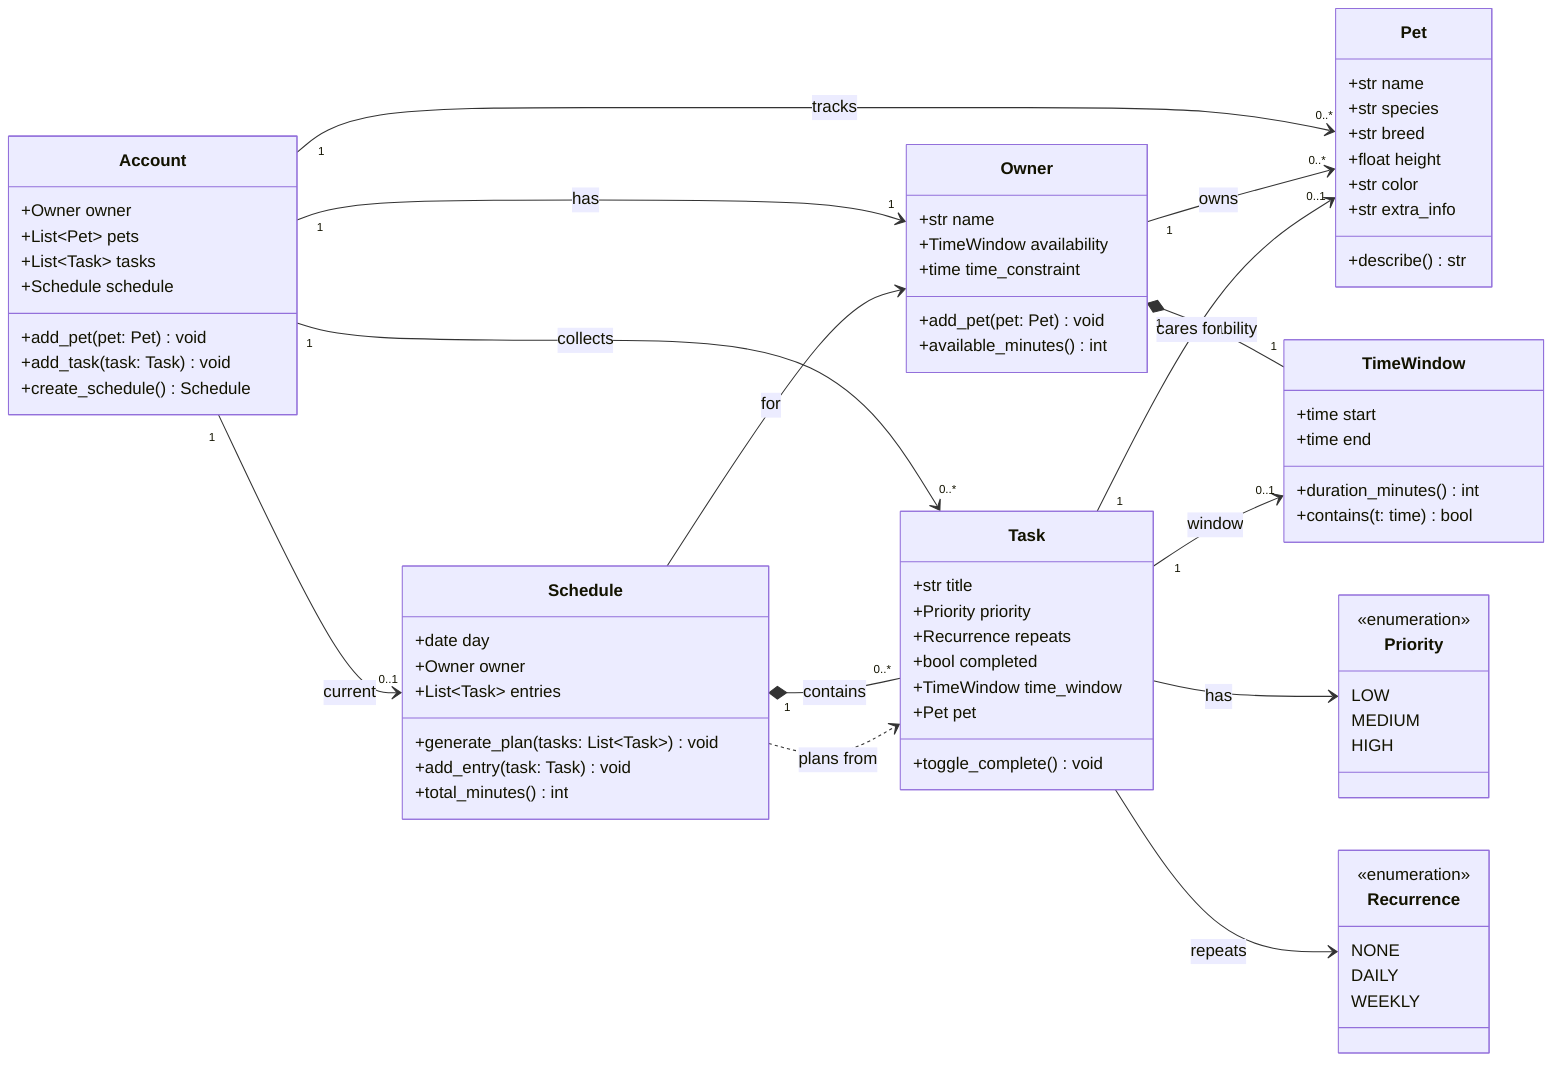
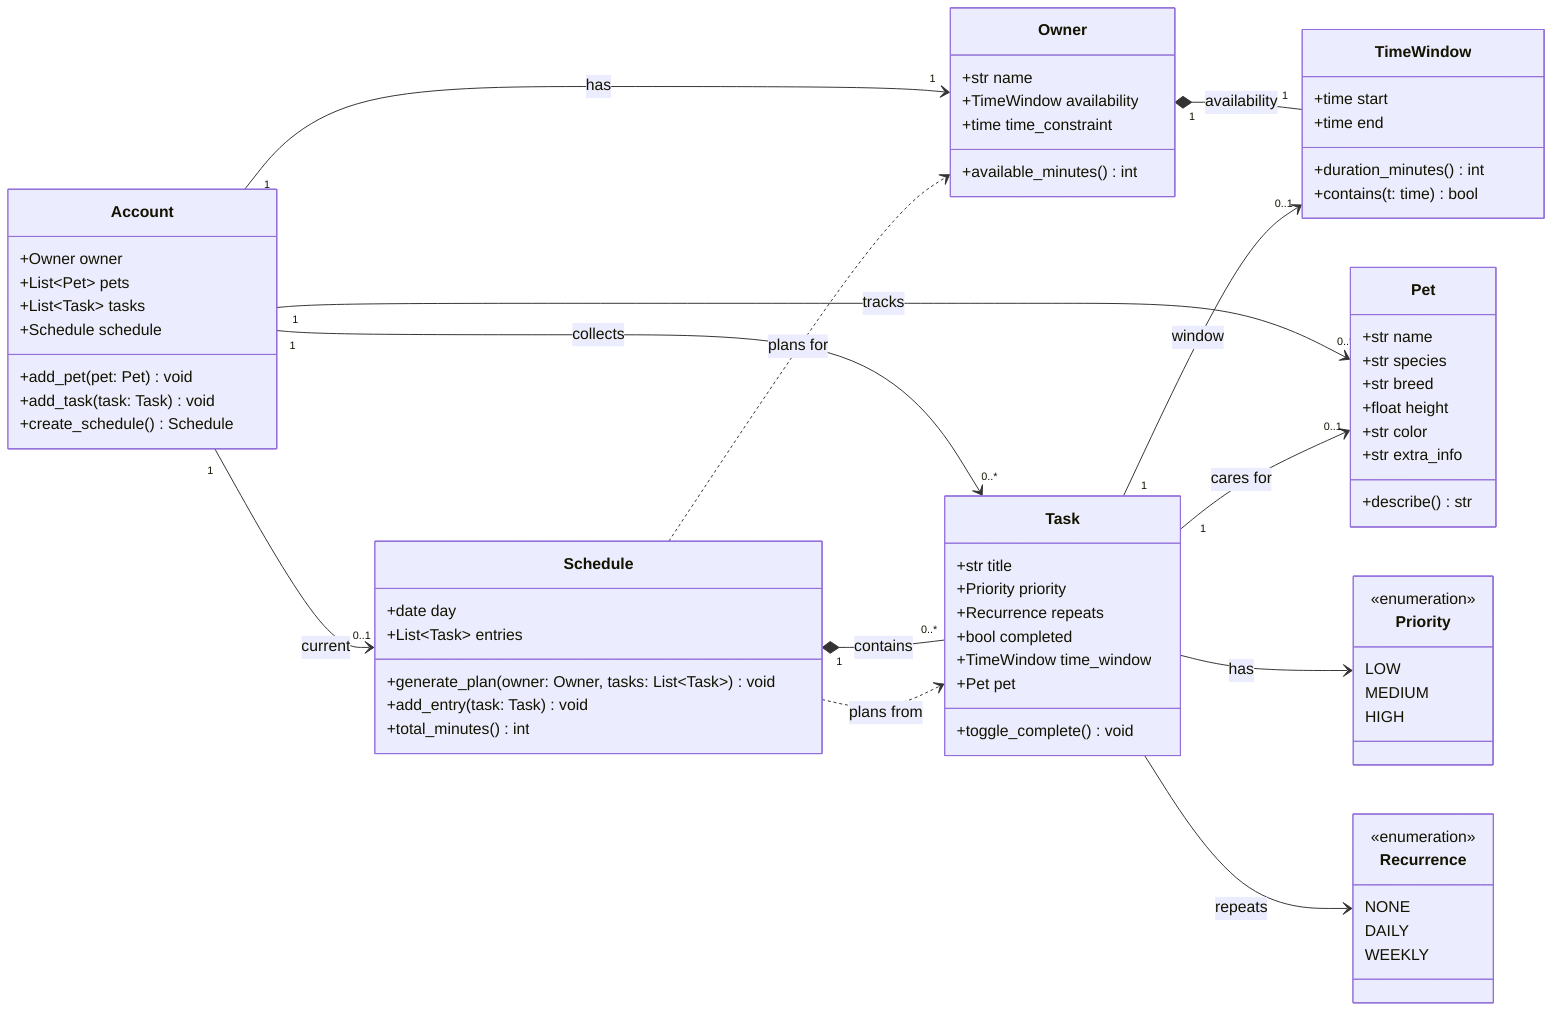
classDiagram
    direction LR

    class Pet {
        +str name
        +str species
        +str breed
        +float height
        +str color
        +str extra_info
        +describe() str
    }

    class Owner {
        +str name
        +TimeWindow availability
        +time time_constraint
-         +add_pet(pet: Pet) void
        +available_minutes() int
    }

    class TimeWindow {
        +time start
        +time end
        +duration_minutes() int
        +contains(t: time) bool
    }

    class Task {
        +str title
        +Priority priority
        +Recurrence repeats
        +bool completed
        +TimeWindow time_window
        +Pet pet
        +toggle_complete() void
    }

    class Schedule {
        +date day
-         +Owner owner
        +List~Task~ entries
-         +generate_plan(tasks: List~Task~) void
+         +generate_plan(owner: Owner, tasks: List~Task~) void
        +add_entry(task: Task) void
        +total_minutes() int
    }

    class Account {
        +Owner owner
        +List~Pet~ pets
        +List~Task~ tasks
        +Schedule schedule
        +add_pet(pet: Pet) void
        +add_task(task: Task) void
        +create_schedule() Schedule
    }

    class Priority {
        <<enumeration>>
        LOW
        MEDIUM
        HIGH
    }

    class Recurrence {
        <<enumeration>>
        NONE
        DAILY
        WEEKLY
    }

    Account "1" --> "1" Owner : has
    Account "1" --> "0..*" Pet : tracks
    Account "1" --> "0..*" Task : collects
    Account "1" --> "0..1" Schedule : current
-     Owner "1" --> "0..*" Pet : owns
    Owner "1" *-- "1" TimeWindow : availability
    Task --> Priority : has
    Task --> Recurrence : repeats
    Task "1" --> "0..1" TimeWindow : window
    Task "1" --> "0..1" Pet : cares for
    Schedule "1" *-- "0..*" Task : contains
-     Schedule --> Owner : for
+     Schedule ..> Owner : plans for
    Schedule ..> Task : plans from
